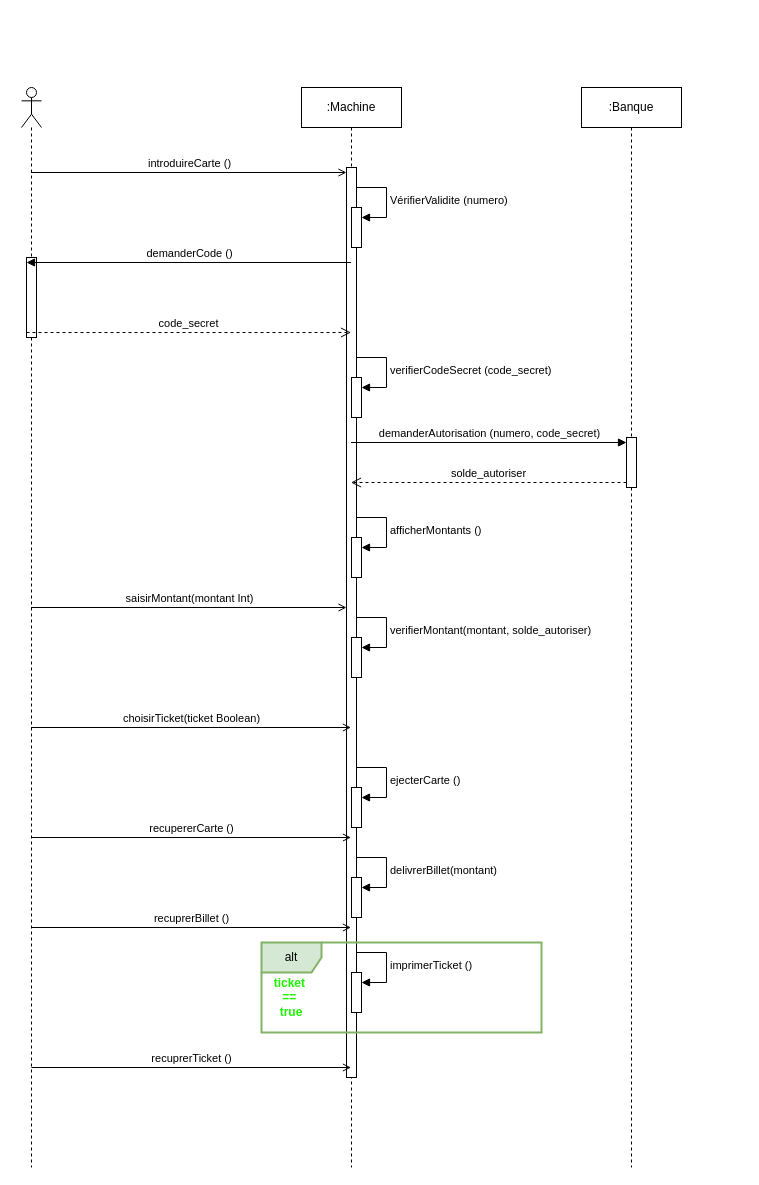
Mzk-Ali/EXO_M2I_UML keeps this draw.io diagram as TP4/TP_4_UML_Exercice_2.drawio. Above is the earlier version. Source tidied: cells renumbered, new cells numbered last; positions are measured from the earlier drawing's top-left corner, leaving out a move shared by most shapes. Both pictures are drawn from the tidied source at 100%, with x=0, y=0 at pixel (21, 87).
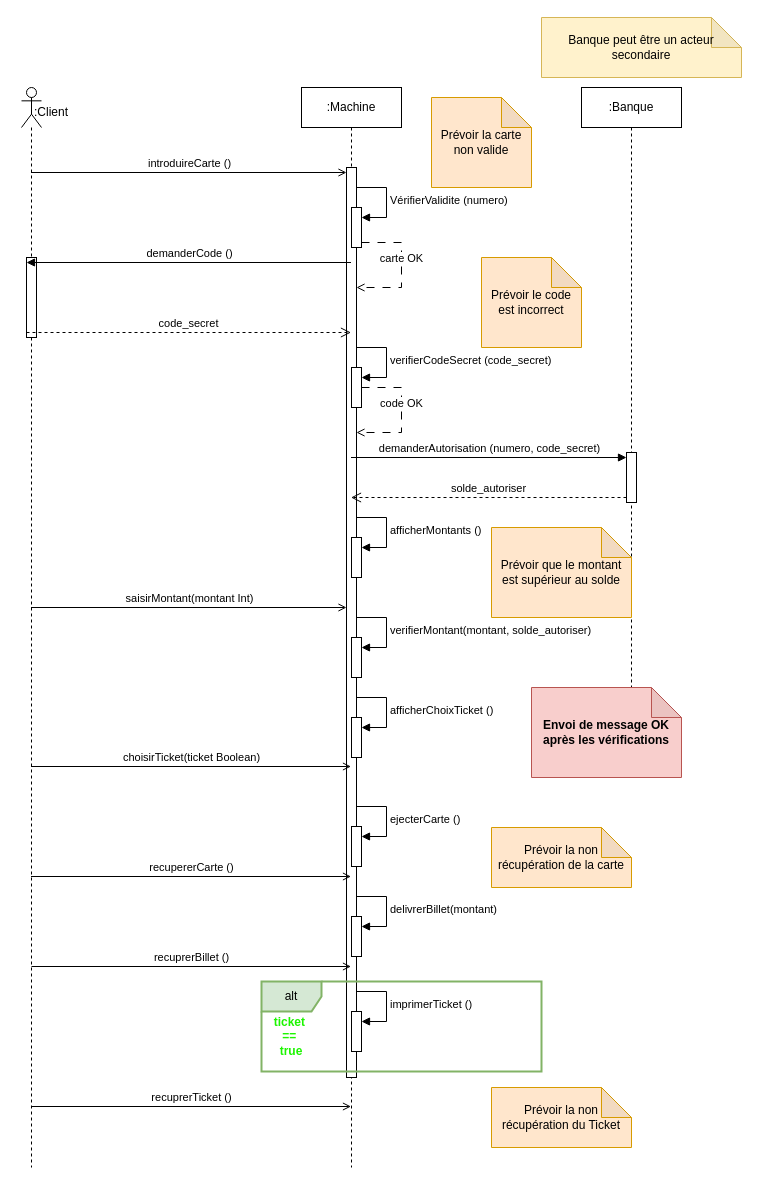
After the change.

Commit message:
Mettre à jour TP_4_UML_Exercice_2.drawio

The change refers to these unchanged cells:
```xml
<mxCell id="4" value=":Machine" style="shape=umlLifeline;perimeter=lifelinePerimeter;whiteSpace=wrap;html=1;outlineConnect=0;portConstraint=eastwest;newEdgeStyle={&quot;curved&quot;:0,&quot;rounded&quot;:0};" parent="1" vertex="1">
  <mxGeometry x="280" width="100" height="1080" as="geometry" />
</mxCell>
<mxCell id="5" style="html=1;points=[[0,0,0,0,5],[0,1,0,0,-5],[1,0,0,0,5],[1,1,0,0,-5]];perimeter=orthogonalPerimeter;outlineConnect=0;targetShapes=umlLifeline;portConstraint=eastwest;newEdgeStyle={&quot;curved&quot;:0,&quot;rounded&quot;:0};" parent="4" vertex="1">
  <mxGeometry x="45" y="80" width="10" height="910" as="geometry" />
</mxCell>
<mxCell id="6" style="html=1;points=[[0,0,0,0,5],[0,1,0,0,-5],[1,0,0,0,5],[1,1,0,0,-5]];perimeter=orthogonalPerimeter;outlineConnect=0;targetShapes=umlLifeline;portConstraint=eastwest;newEdgeStyle={&quot;curved&quot;:0,&quot;rounded&quot;:0};" parent="4" vertex="1">
  <mxGeometry x="50" y="120" width="10" height="40" as="geometry" />
</mxCell>
```

Change to the diagram source:
```diff
@@
     <mxCell id="8" style="html=1;points=[[0,0,0,0,5],[0,1,0,0,-5],[1,0,0,0,5],[1,1,0,0,-5]];perimeter=orthogonalPerimeter;outlineConnect=0;targetShapes=umlLifeline;portConstraint=eastwest;newEdgeStyle={&quot;curved&quot;:0,&quot;rounded&quot;:0};" parent="4" vertex="1">
-      <mxGeometry x="50" y="290" width="10" height="40" as="geometry" />
+      <mxGeometry x="50" y="280" width="10" height="40" as="geometry" />
     </mxCell>
     <mxCell id="9" value="verifierCodeSecret (code_secret)" style="html=1;align=left;spacingLeft=2;endArrow=block;rounded=0;edgeStyle=orthogonalEdgeStyle;curved=0;rounded=0;" parent="4" edge="1" target="8">
       <mxGeometry relative="1" as="geometry">
-        <mxPoint x="55" y="270" as="sourcePoint" />
+        <mxPoint x="55" y="260" as="sourcePoint" />
         <Array as="points">
-          <mxPoint x="85" y="300" />
+          <mxPoint x="85" y="290" />
         </Array>
       </mxGeometry>
     </mxCell>
@@
     <mxCell id="12" style="html=1;points=[[0,0,0,0,5],[0,1,0,0,-5],[1,0,0,0,5],[1,1,0,0,-5]];perimeter=orthogonalPerimeter;outlineConnect=0;targetShapes=umlLifeline;portConstraint=eastwest;newEdgeStyle={&quot;curved&quot;:0,&quot;rounded&quot;:0};" parent="4" vertex="1">
-      <mxGeometry x="50" y="885" width="10" height="40" as="geometry" />
+      <mxGeometry x="50" y="924" width="10" height="40" as="geometry" />
     </mxCell>
     <mxCell id="13" value="imprimerTicket ()" style="html=1;align=left;spacingLeft=2;endArrow=block;rounded=0;edgeStyle=orthogonalEdgeStyle;curved=0;rounded=0;" parent="4" edge="1" target="12">
       <mxGeometry relative="1" as="geometry">
-        <mxPoint x="55" y="865" as="sourcePoint" />
+        <mxPoint x="55" y="904" as="sourcePoint" />
         <Array as="points">
-          <mxPoint x="85" y="895" />
+          <mxPoint x="85" y="934" />
         </Array>
       </mxGeometry>
     </mxCell>
     <mxCell id="14" style="html=1;points=[[0,0,0,0,5],[0,1,0,0,-5],[1,0,0,0,5],[1,1,0,0,-5]];perimeter=orthogonalPerimeter;outlineConnect=0;targetShapes=umlLifeline;portConstraint=eastwest;newEdgeStyle={&quot;curved&quot;:0,&quot;rounded&quot;:0};" parent="4" vertex="1">
-      <mxGeometry x="50" y="700" width="10" height="40" as="geometry" />
+      <mxGeometry x="50" y="739" width="10" height="40" as="geometry" />
     </mxCell>
     <mxCell id="15" value="ejecterCarte ()" style="html=1;align=left;spacingLeft=2;endArrow=block;rounded=0;edgeStyle=orthogonalEdgeStyle;curved=0;rounded=0;" parent="4" edge="1" target="14">
       <mxGeometry relative="1" as="geometry">
-        <mxPoint x="55" y="680" as="sourcePoint" />
+        <mxPoint x="55" y="719" as="sourcePoint" />
         <Array as="points">
-          <mxPoint x="85" y="710" />
+          <mxPoint x="85" y="749" />
         </Array>
       </mxGeometry>
     </mxCell>
     <mxCell id="16" style="html=1;points=[[0,0,0,0,5],[0,1,0,0,-5],[1,0,0,0,5],[1,1,0,0,-5]];perimeter=orthogonalPerimeter;outlineConnect=0;targetShapes=umlLifeline;portConstraint=eastwest;newEdgeStyle={&quot;curved&quot;:0,&quot;rounded&quot;:0};" parent="4" vertex="1">
-      <mxGeometry x="50" y="790" width="10" height="40" as="geometry" />
+      <mxGeometry x="50" y="829" width="10" height="40" as="geometry" />
     </mxCell>
     <mxCell id="17" value="delivrerBillet(montant)" style="html=1;align=left;spacingLeft=2;endArrow=block;rounded=0;edgeStyle=orthogonalEdgeStyle;curved=0;rounded=0;" parent="4" edge="1" target="16">
       <mxGeometry relative="1" as="geometry">
-        <mxPoint x="55" y="770" as="sourcePoint" />
+        <mxPoint x="55" y="809" as="sourcePoint" />
         <Array as="points">
-          <mxPoint x="85" y="800" />
+          <mxPoint x="85" y="839" />
         </Array>
       </mxGeometry>
     </mxCell>
@@
+    <mxCell id="34" style="html=1;points=[[0,0,0,0,5],[0,1,0,0,-5],[1,0,0,0,5],[1,1,0,0,-5]];perimeter=orthogonalPerimeter;outlineConnect=0;targetShapes=umlLifeline;portConstraint=eastwest;newEdgeStyle={&quot;curved&quot;:0,&quot;rounded&quot;:0};" parent="4" vertex="1">
+      <mxGeometry x="50" y="630" width="10" height="40" as="geometry" />
+    </mxCell>
+    <mxCell id="35" value="afficherChoixTicket ()" style="html=1;align=left;spacingLeft=2;endArrow=block;rounded=0;edgeStyle=orthogonalEdgeStyle;curved=0;rounded=0;" parent="4" edge="1" target="34">
+      <mxGeometry relative="1" as="geometry">
+        <mxPoint x="55" y="610" as="sourcePoint" />
+        <Array as="points">
+          <mxPoint x="85" y="640" />
+        </Array>
+      </mxGeometry>
+    </mxCell>
+    <mxCell id="36" value="carte OK" style="html=1;verticalAlign=bottom;endArrow=open;curved=0;rounded=0;exitX=1;exitY=1;exitDx=0;exitDy=-5;exitPerimeter=0;endFill=0;dashed=1;dashPattern=8 8;" parent="4" edge="1" source="6" target="5">
+      <mxGeometry relative="1" as="geometry">
+        <Array as="points">
+          <mxPoint x="100" y="155" />
+          <mxPoint x="100" y="200" />
+        </Array>
+      </mxGeometry>
+    </mxCell>
     <mxCell id="20" value=":Banque" style="shape=umlLifeline;perimeter=lifelinePerimeter;whiteSpace=wrap;html=1;newEdgeStyle={&quot;curved&quot;:0,&quot;rounded&quot;:0};" parent="1" vertex="1">
-      <mxGeometry x="560" width="100" height="1080" as="geometry" />
+      <mxGeometry x="560" width="100" height="600" as="geometry" />
     </mxCell>
     <mxCell id="21" style="html=1;points=[[0,0,0,0,5],[0,1,0,0,-5],[1,0,0,0,5],[1,1,0,0,-5]];perimeter=orthogonalPerimeter;outlineConnect=0;targetShapes=umlLifeline;portConstraint=eastwest;newEdgeStyle={&quot;curved&quot;:0,&quot;rounded&quot;:0};" parent="20" vertex="1">
-      <mxGeometry x="45" y="350" width="10" height="50" as="geometry" />
+      <mxGeometry x="45" y="365" width="10" height="50" as="geometry" />
     </mxCell>
@@
-    <mxCell id="25" value="demanderAutorisation (numero, code_secret)" style="html=1;verticalAlign=bottom;endArrow=block;curved=0;rounded=0;entryX=0;entryY=0;entryDx=0;entryDy=5;" parent="1" edge="1" source="4" target="21">
-      <mxGeometry relative="1" as="geometry" />
+    <mxCell id="25" value="demanderAutorisation (numero, code_secret)" style="html=1;verticalAlign=bottom;endArrow=block;curved=0;rounded=0;entryX=0;entryY=0;entryDx=0;entryDy=5;" parent="1" edge="1" target="21">
+      <mxGeometry relative="1" as="geometry">
+        <mxPoint x="329.5" y="370" as="sourcePoint" />
+      </mxGeometry>
     </mxCell>
-    <mxCell id="26" value="solde_autoriser" style="html=1;verticalAlign=bottom;endArrow=open;dashed=1;endSize=8;curved=0;rounded=0;exitX=0;exitY=1;exitDx=0;exitDy=-5;" parent="1" edge="1" source="21" target="4">
-      <mxGeometry relative="1" as="geometry" />
+    <mxCell id="26" value="solde_autoriser" style="html=1;verticalAlign=bottom;endArrow=open;dashed=1;endSize=8;curved=0;rounded=0;exitX=0;exitY=1;exitDx=0;exitDy=-5;" parent="1" edge="1" source="21">
+      <mxGeometry relative="1" as="geometry">
+        <mxPoint x="329.5" y="410" as="targetPoint" />
+      </mxGeometry>
     </mxCell>
@@
     <mxCell id="28" value="choisirTicket(ticket Boolean)" style="html=1;verticalAlign=bottom;endArrow=open;curved=0;rounded=0;endFill=0;" parent="1" edge="1">
       <mxGeometry relative="1" as="geometry">
-        <mxPoint x="9.5" y="640" as="sourcePoint" />
-        <mxPoint x="329.5" y="640" as="targetPoint" />
+        <mxPoint x="9.5" y="679" as="sourcePoint" />
+        <mxPoint x="329.5" y="679" as="targetPoint" />
       </mxGeometry>
     </mxCell>
     <mxCell id="29" value="alt" style="shape=umlFrame;whiteSpace=wrap;html=1;fillColor=#d5e8d4;strokeColor=#82b366;strokeWidth=2;" parent="1" vertex="1">
-      <mxGeometry x="240" y="855" width="280" height="90" as="geometry" />
+      <mxGeometry x="240" y="894" width="280" height="90" as="geometry" />
     </mxCell>
     <mxCell id="30" value="&lt;font style=&quot;color: light-dark(rgb(29, 245, 0), rgb(237, 237, 237));&quot;&gt;&lt;b&gt;ticket&amp;nbsp;&lt;/b&gt;&lt;/font&gt;&lt;div&gt;&lt;font style=&quot;color: light-dark(rgb(29, 245, 0), rgb(237, 237, 237));&quot;&gt;&lt;b&gt;==&amp;nbsp;&lt;/b&gt;&lt;/font&gt;&lt;/div&gt;&lt;div&gt;&lt;font style=&quot;color: light-dark(rgb(29, 245, 0), rgb(237, 237, 237));&quot;&gt;&lt;b&gt;true&lt;/b&gt;&lt;/font&gt;&lt;/div&gt;" style="text;html=1;align=center;verticalAlign=middle;whiteSpace=wrap;rounded=0;" parent="1" vertex="1">
-      <mxGeometry x="240" y="895" width="60" height="30" as="geometry" />
+      <mxGeometry x="240" y="934" width="60" height="30" as="geometry" />
     </mxCell>
     <mxCell id="31" value="recupererCarte ()" style="html=1;verticalAlign=bottom;endArrow=open;curved=0;rounded=0;endFill=0;" parent="1" edge="1">
       <mxGeometry relative="1" as="geometry">
-        <mxPoint x="9.5" y="750" as="sourcePoint" />
-        <mxPoint x="329.5" y="750" as="targetPoint" />
+        <mxPoint x="9.5" y="789" as="sourcePoint" />
+        <mxPoint x="329.5" y="789" as="targetPoint" />
       </mxGeometry>
     </mxCell>
     <mxCell id="32" value="recuprerBillet ()" style="html=1;verticalAlign=bottom;endArrow=open;curved=0;rounded=0;endFill=0;" parent="1" edge="1">
       <mxGeometry relative="1" as="geometry">
-        <mxPoint x="10" y="840" as="sourcePoint" />
-        <mxPoint x="329.5" y="840" as="targetPoint" />
+        <mxPoint x="10" y="879" as="sourcePoint" />
+        <mxPoint x="329.5" y="879" as="targetPoint" />
       </mxGeometry>
     </mxCell>
     <mxCell id="33" value="recuprerTicket ()" style="html=1;verticalAlign=bottom;endArrow=open;curved=0;rounded=0;endFill=0;" parent="1" edge="1">
       <mxGeometry relative="1" as="geometry">
-        <mxPoint x="10" y="980" as="sourcePoint" />
-        <mxPoint x="329.5" y="980" as="targetPoint" />
+        <mxPoint x="10" y="1019" as="sourcePoint" />
+        <mxPoint x="329.5" y="1019" as="targetPoint" />
       </mxGeometry>
     </mxCell>
+    <mxCell id="37" value="Prévoir la carte non valide" style="shape=note;whiteSpace=wrap;html=1;backgroundOutline=1;darkOpacity=0.05;fillColor=#ffe6cc;strokeColor=#d79b00;" parent="1" vertex="1">
+      <mxGeometry x="410" y="10" width="100" height="90" as="geometry" />
+    </mxCell>
+    <mxCell id="38" value="Prévoir le code est incorrect" style="shape=note;whiteSpace=wrap;html=1;backgroundOutline=1;darkOpacity=0.05;fillColor=#ffe6cc;strokeColor=#d79b00;" parent="1" vertex="1">
+      <mxGeometry x="460" y="170" width="100" height="90" as="geometry" />
+    </mxCell>
+    <mxCell id="39" value="Banque peut être un acteur secondaire" style="shape=note;whiteSpace=wrap;html=1;backgroundOutline=1;darkOpacity=0.05;fillColor=#fff2cc;strokeColor=#d6b656;" parent="1" vertex="1">
+      <mxGeometry x="520" y="-70" width="200" height="60" as="geometry" />
+    </mxCell>
+    <mxCell id="40" value="Prévoir que le montant est supérieur au solde" style="shape=note;whiteSpace=wrap;html=1;backgroundOutline=1;darkOpacity=0.05;fillColor=#ffe6cc;strokeColor=#d79b00;" parent="1" vertex="1">
+      <mxGeometry x="470" y="440" width="140" height="90" as="geometry" />
+    </mxCell>
+    <mxCell id="41" value="Prévoir la non récupération de la carte" style="shape=note;whiteSpace=wrap;html=1;backgroundOutline=1;darkOpacity=0.05;fillColor=#ffe6cc;strokeColor=#d79b00;" parent="1" vertex="1">
+      <mxGeometry x="470" y="740" width="140" height="60" as="geometry" />
+    </mxCell>
+    <mxCell id="42" value="Prévoir la non récupération du Ticket" style="shape=note;whiteSpace=wrap;html=1;backgroundOutline=1;darkOpacity=0.05;fillColor=#ffe6cc;strokeColor=#d79b00;" parent="1" vertex="1">
+      <mxGeometry x="470" y="1000" width="140" height="60" as="geometry" />
+    </mxCell>
+    <mxCell id="43" value=":Client" style="text;html=1;align=center;verticalAlign=middle;whiteSpace=wrap;rounded=0;" parent="1" vertex="1">
+      <mxGeometry y="10" width="60" height="30" as="geometry" />
+    </mxCell>
+    <mxCell id="44" value="code OK" style="html=1;verticalAlign=bottom;endArrow=open;curved=0;rounded=0;exitX=1;exitY=1;exitDx=0;exitDy=-5;exitPerimeter=0;endFill=0;dashed=1;dashPattern=8 8;" parent="1" edge="1">
+      <mxGeometry relative="1" as="geometry">
+        <mxPoint x="340" y="300" as="sourcePoint" />
+        <mxPoint x="335" y="345" as="targetPoint" />
+        <Array as="points">
+          <mxPoint x="380" y="300" />
+          <mxPoint x="380" y="345" />
+        </Array>
+      </mxGeometry>
+    </mxCell>
+    <mxCell id="45" value="&lt;b&gt;Envoi de message OK après les vérifications&lt;/b&gt;" style="shape=note;whiteSpace=wrap;html=1;backgroundOutline=1;darkOpacity=0.05;fillColor=#f8cecc;strokeColor=#b85450;" parent="1" vertex="1">
+      <mxGeometry x="510" y="600" width="150" height="90" as="geometry" />
+    </mxCell>
```
